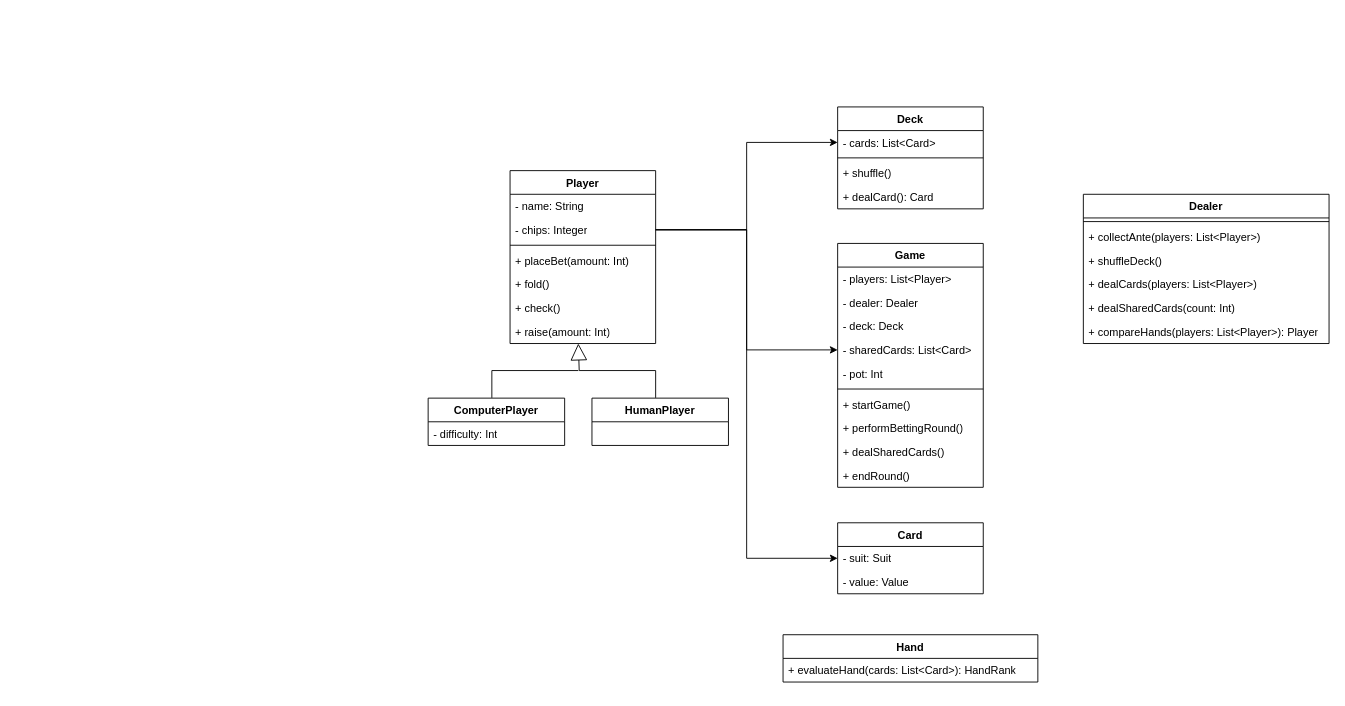
Before: Texas.drawio in LarryChenCode/IS7020_diagrams, a draw.io diagram. Source tidied: cells renumbered, new cells numbered last; positions are measured from the earlier drawing's top-left corner, leaving out a move shared by most shapes. Both pictures are drawn from the tidied source at 91%, with x=0, y=0 at pixel (428, 106).
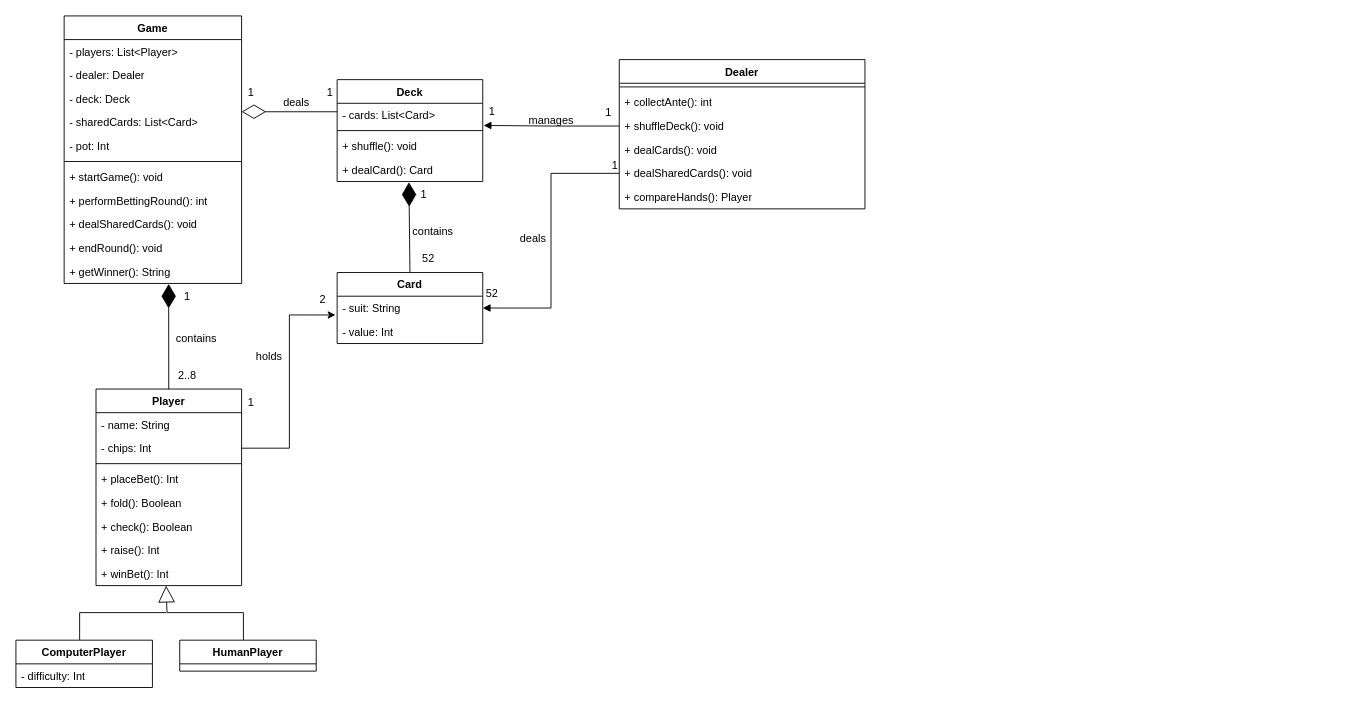
The same page after the edit.

The change refers to these unchanged cells:
```xml
<mxCell id="11" value="- cards: List&amp;lt;Card&amp;gt;" style="text;strokeColor=none;fillColor=none;align=left;verticalAlign=top;spacingLeft=4;spacingRight=4;overflow=hidden;points=[[0,0.5],[1,0.5]];portConstraint=eastwest;whiteSpace=wrap;html=1;" parent="10" vertex="1">
  <mxGeometry y="26" width="160" height="26" as="geometry" />
</mxCell>
<mxCell id="14" value="+ dealCard(): Card" style="text;strokeColor=none;fillColor=none;align=left;verticalAlign=top;spacingLeft=4;spacingRight=4;overflow=hidden;points=[[0,0.5],[1,0.5]];portConstraint=eastwest;whiteSpace=wrap;html=1;" parent="10" vertex="1">
  <mxGeometry y="86" width="160" height="26" as="geometry" />
</mxCell>
```

Change to the diagram source:
```diff
@@
     <mxCell id="2" value="Player" style="swimlane;fontStyle=1;align=center;verticalAlign=top;horizontal=1;startSize=26;whiteSpace=wrap;html=1;" parent="1" vertex="1">
-      <mxGeometry x="90" y="70" width="160" height="190" as="geometry" />
+      <mxGeometry x="-365" y="310" width="160" height="216" as="geometry" />
     </mxCell>
@@
-    <mxCell id="4" value="- chips: Integer" style="text;strokeColor=none;fillColor=none;align=left;verticalAlign=top;spacingLeft=4;spacingRight=4;overflow=hidden;points=[[0,0.5],[1,0.5]];portConstraint=eastwest;whiteSpace=wrap;html=1;" parent="2" vertex="1">
+    <mxCell id="4" value="- chips: Int" style="text;strokeColor=none;fillColor=none;align=left;verticalAlign=top;spacingLeft=4;spacingRight=4;overflow=hidden;points=[[0,0.5],[1,0.5]];portConstraint=eastwest;whiteSpace=wrap;html=1;" parent="2" vertex="1">
       <mxGeometry y="52" width="160" height="26" as="geometry" />
     </mxCell>
@@
-    <mxCell id="6" value="+ placeBet(amount: Int)" style="text;strokeColor=none;fillColor=none;align=left;verticalAlign=top;spacingLeft=4;spacingRight=4;overflow=hidden;whiteSpace=wrap;html=1;" parent="2" vertex="1">
+    <mxCell id="6" value="+ placeBet(): Int" style="text;strokeColor=none;fillColor=none;align=left;verticalAlign=top;spacingLeft=4;spacingRight=4;overflow=hidden;whiteSpace=wrap;html=1;" parent="2" vertex="1">
       <mxGeometry y="86" width="160" height="26" as="geometry" />
     </mxCell>
-    <mxCell id="7" value="+ fold()" style="text;strokeColor=none;fillColor=none;align=left;verticalAlign=top;spacingLeft=4;spacingRight=4;overflow=hidden;whiteSpace=wrap;html=1;" parent="2" vertex="1">
+    <mxCell id="7" value="+ fold(): Boolean" style="text;strokeColor=none;fillColor=none;align=left;verticalAlign=top;spacingLeft=4;spacingRight=4;overflow=hidden;whiteSpace=wrap;html=1;" parent="2" vertex="1">
       <mxGeometry y="112" width="160" height="26" as="geometry" />
     </mxCell>
-    <mxCell id="8" value="+ check()" style="text;strokeColor=none;fillColor=none;align=left;verticalAlign=top;spacingLeft=4;spacingRight=4;overflow=hidden;whiteSpace=wrap;html=1;" parent="2" vertex="1">
+    <mxCell id="8" value="+ check(): Boolean" style="text;strokeColor=none;fillColor=none;align=left;verticalAlign=top;spacingLeft=4;spacingRight=4;overflow=hidden;whiteSpace=wrap;html=1;" parent="2" vertex="1">
       <mxGeometry y="138" width="160" height="26" as="geometry" />
     </mxCell>
-    <mxCell id="9" value="+ raise(amount: Int)" style="text;strokeColor=none;fillColor=none;align=left;verticalAlign=top;spacingLeft=4;spacingRight=4;overflow=hidden;whiteSpace=wrap;html=1;" parent="2" vertex="1">
+    <mxCell id="9" value="+ raise(): Int" style="text;strokeColor=none;fillColor=none;align=left;verticalAlign=top;spacingLeft=4;spacingRight=4;overflow=hidden;whiteSpace=wrap;html=1;" parent="2" vertex="1">
       <mxGeometry y="164" width="160" height="26" as="geometry" />
     </mxCell>
+    <mxCell id="46" value="+ winBet(): Int" style="text;strokeColor=none;fillColor=none;align=left;verticalAlign=top;spacingLeft=4;spacingRight=4;overflow=hidden;whiteSpace=wrap;html=1;" parent="2" vertex="1">
+      <mxGeometry y="190" width="160" height="26" as="geometry" />
+    </mxCell>
     <mxCell id="10" value="Deck" style="swimlane;fontStyle=1;align=center;verticalAlign=top;horizontal=1;startSize=26;whiteSpace=wrap;html=1;" parent="1" vertex="1">
-      <mxGeometry x="450" width="160" height="112" as="geometry" />
+      <mxGeometry x="-100" y="-30" width="160" height="112" as="geometry" />
     </mxCell>
@@
-    <mxCell id="13" value="+ shuffle()" style="text;strokeColor=none;fillColor=none;align=left;verticalAlign=top;spacingLeft=4;spacingRight=4;overflow=hidden;whiteSpace=wrap;html=1;" parent="10" vertex="1">
+    <mxCell id="13" value="+ shuffle(): void" style="text;strokeColor=none;fillColor=none;align=left;verticalAlign=top;spacingLeft=4;spacingRight=4;overflow=hidden;whiteSpace=wrap;html=1;" parent="10" vertex="1">
       <mxGeometry y="60" width="160" height="26" as="geometry" />
     </mxCell>
@@
     <mxCell id="15" value="Card" style="swimlane;fontStyle=1;align=center;verticalAlign=top;horizontal=1;startSize=26;whiteSpace=wrap;html=1;" parent="1" vertex="1">
-      <mxGeometry x="450" y="457" width="160" height="78" as="geometry" />
+      <mxGeometry x="-100" y="182" width="160" height="78" as="geometry" />
     </mxCell>
-    <mxCell id="16" value="- suit: Suit" style="text;strokeColor=none;fillColor=none;align=left;verticalAlign=top;spacingLeft=4;spacingRight=4;overflow=hidden;points=[[0,0.5],[1,0.5]];portConstraint=eastwest;whiteSpace=wrap;html=1;" parent="15" vertex="1">
+    <mxCell id="16" value="- suit: String" style="text;strokeColor=none;fillColor=none;align=left;verticalAlign=top;spacingLeft=4;spacingRight=4;overflow=hidden;points=[[0,0.5],[1,0.5]];portConstraint=eastwest;whiteSpace=wrap;html=1;" parent="15" vertex="1">
       <mxGeometry y="26" width="160" height="26" as="geometry" />
     </mxCell>
-    <mxCell id="17" value="- value: Value" style="text;strokeColor=none;fillColor=none;align=left;verticalAlign=top;spacingLeft=4;spacingRight=4;overflow=hidden;points=[[0,0.5],[1,0.5]];portConstraint=eastwest;whiteSpace=wrap;html=1;" parent="15" vertex="1">
+    <mxCell id="17" value="- value: Int" style="text;strokeColor=none;fillColor=none;align=left;verticalAlign=top;spacingLeft=4;spacingRight=4;overflow=hidden;points=[[0,0.5],[1,0.5]];portConstraint=eastwest;whiteSpace=wrap;html=1;" parent="15" vertex="1">
       <mxGeometry y="52" width="160" height="26" as="geometry" />
     </mxCell>
     <mxCell id="18" value="Game" style="swimlane;fontStyle=1;align=center;verticalAlign=top;horizontal=1;startSize=26;whiteSpace=wrap;html=1;" parent="1" vertex="1">
-      <mxGeometry x="450" y="150" width="160" height="268" as="geometry" />
+      <mxGeometry x="-400" y="-100" width="195" height="294" as="geometry" />
     </mxCell>
     <mxCell id="19" value="- players: List&amp;lt;Player&amp;gt;" style="text;strokeColor=none;fillColor=none;align=left;verticalAlign=top;spacingLeft=4;spacingRight=4;overflow=hidden;whiteSpace=wrap;html=1;" parent="18" vertex="1">
-      <mxGeometry y="26" width="160" height="26" as="geometry" />
+      <mxGeometry y="26" width="195" height="26" as="geometry" />
     </mxCell>
     <mxCell id="20" value="- dealer: Dealer" style="text;strokeColor=none;fillColor=none;align=left;verticalAlign=top;spacingLeft=4;spacingRight=4;overflow=hidden;whiteSpace=wrap;html=1;" parent="18" vertex="1">
-      <mxGeometry y="52" width="160" height="26" as="geometry" />
+      <mxGeometry y="52" width="195" height="26" as="geometry" />
     </mxCell>
     <mxCell id="21" value="- deck: Deck" style="text;strokeColor=none;fillColor=none;align=left;verticalAlign=top;spacingLeft=4;spacingRight=4;overflow=hidden;whiteSpace=wrap;html=1;" parent="18" vertex="1">
-      <mxGeometry y="78" width="160" height="26" as="geometry" />
+      <mxGeometry y="78" width="195" height="26" as="geometry" />
     </mxCell>
     <mxCell id="22" value="- sharedCards: List&amp;lt;Card&amp;gt;" style="text;strokeColor=none;fillColor=none;align=left;verticalAlign=top;spacingLeft=4;spacingRight=4;overflow=hidden;points=[[0,0.5],[1,0.5]];portConstraint=eastwest;whiteSpace=wrap;html=1;" parent="18" vertex="1">
-      <mxGeometry y="104" width="160" height="26" as="geometry" />
+      <mxGeometry y="104" width="195" height="26" as="geometry" />
     </mxCell>
     <mxCell id="23" value="- pot: Int" style="text;strokeColor=none;fillColor=none;align=left;verticalAlign=top;spacingLeft=4;spacingRight=4;overflow=hidden;whiteSpace=wrap;html=1;" parent="18" vertex="1">
-      <mxGeometry y="130" width="160" height="26" as="geometry" />
+      <mxGeometry y="130" width="195" height="26" as="geometry" />
     </mxCell>
     <mxCell id="24" style="line;strokeWidth=1;fillColor=none;align=left;verticalAlign=middle;spacingTop=-1;spacingLeft=3;spacingRight=3;labelPosition=right;strokeColor=inherit;" parent="18" vertex="1">
-      <mxGeometry y="156" width="160" height="8" as="geometry" />
+      <mxGeometry y="156" width="195" height="8" as="geometry" />
     </mxCell>
-    <mxCell id="25" value="+ startGame()" style="text;strokeColor=none;fillColor=none;align=left;verticalAlign=top;spacingLeft=4;spacingRight=4;overflow=hidden;whiteSpace=wrap;html=1;" parent="18" vertex="1">
-      <mxGeometry y="164" width="160" height="26" as="geometry" />
+    <mxCell id="25" value="+ startGame(): void" style="text;strokeColor=none;fillColor=none;align=left;verticalAlign=top;spacingLeft=4;spacingRight=4;overflow=hidden;whiteSpace=wrap;html=1;" parent="18" vertex="1">
+      <mxGeometry y="164" width="195" height="26" as="geometry" />
     </mxCell>
-    <mxCell id="26" value="+ performBettingRound()" style="text;strokeColor=none;fillColor=none;align=left;verticalAlign=top;spacingLeft=4;spacingRight=4;overflow=hidden;whiteSpace=wrap;html=1;" parent="18" vertex="1">
-      <mxGeometry y="190" width="160" height="26" as="geometry" />
+    <mxCell id="26" value="+ performBettingRound(): int" style="text;strokeColor=none;fillColor=none;align=left;verticalAlign=top;spacingLeft=4;spacingRight=4;overflow=hidden;whiteSpace=wrap;html=1;" parent="18" vertex="1">
+      <mxGeometry y="190" width="195" height="26" as="geometry" />
     </mxCell>
-    <mxCell id="27" value="+ dealSharedCards()" style="text;strokeColor=none;fillColor=none;align=left;verticalAlign=top;spacingLeft=4;spacingRight=4;overflow=hidden;whiteSpace=wrap;html=1;" parent="18" vertex="1">
-      <mxGeometry y="216" width="160" height="26" as="geometry" />
+    <mxCell id="27" value="+ dealSharedCards(): void" style="text;strokeColor=none;fillColor=none;align=left;verticalAlign=top;spacingLeft=4;spacingRight=4;overflow=hidden;whiteSpace=wrap;html=1;" parent="18" vertex="1">
+      <mxGeometry y="216" width="195" height="26" as="geometry" />
     </mxCell>
-    <mxCell id="28" value="+ endRound()" style="text;strokeColor=none;fillColor=none;align=left;verticalAlign=top;spacingLeft=4;spacingRight=4;overflow=hidden;whiteSpace=wrap;html=1;" parent="18" vertex="1">
-      <mxGeometry y="242" width="160" height="26" as="geometry" />
+    <mxCell id="28" value="+ endRound(): void" style="text;strokeColor=none;fillColor=none;align=left;verticalAlign=top;spacingLeft=4;spacingRight=4;overflow=hidden;whiteSpace=wrap;html=1;" parent="18" vertex="1">
+      <mxGeometry y="242" width="195" height="26" as="geometry" />
     </mxCell>
-    <mxCell id="29" value="Hand" style="swimlane;fontStyle=1;align=center;verticalAlign=top;horizontal=1;startSize=26;whiteSpace=wrap;html=1;" parent="1" vertex="1">
-      <mxGeometry x="390" y="580" width="280" height="52" as="geometry" />
-    </mxCell>
-    <mxCell id="30" value="+ evaluateHand(cards: List&amp;lt;Card&amp;gt;): HandRank" style="text;strokeColor=none;fillColor=none;align=left;verticalAlign=top;spacingLeft=4;spacingRight=4;overflow=hidden;whiteSpace=wrap;html=1;" parent="29" vertex="1">
-      <mxGeometry y="26" width="280" height="26" as="geometry" />
-    </mxCell>
+    <mxCell id="47" value="+ getWinner(): String" style="text;strokeColor=none;fillColor=none;align=left;verticalAlign=top;spacingLeft=4;spacingRight=4;overflow=hidden;points=[[0,0.5],[1,0.5]];portConstraint=eastwest;whiteSpace=wrap;html=1;" parent="18" vertex="1">
+      <mxGeometry y="268" width="195" height="26" as="geometry" />
+    </mxCell>
     <mxCell id="31" value="ComputerPlayer" style="swimlane;fontStyle=1;align=center;verticalAlign=top;horizontal=1;startSize=26;whiteSpace=wrap;html=1;" parent="1" vertex="1">
-      <mxGeometry y="320" width="150" height="52" as="geometry" />
+      <mxGeometry x="-453" y="586" width="150" height="52" as="geometry" />
     </mxCell>
@@
     <mxCell id="33" value="HumanPlayer" style="swimlane;fontStyle=1;align=center;verticalAlign=top;horizontal=1;startSize=26;whiteSpace=wrap;html=1;" parent="1" vertex="1">
-      <mxGeometry x="180" y="320" width="150" height="52" as="geometry" />
+      <mxGeometry x="-273" y="586" width="150" height="34" as="geometry" />
     </mxCell>
     <mxCell id="34" value="Dealer" style="swimlane;fontStyle=1;align=center;verticalAlign=top;horizontal=1;startSize=26;whiteSpace=wrap;html=1;" parent="1" vertex="1">
-      <mxGeometry x="720" y="96" width="270" height="164" as="geometry" />
+      <mxGeometry x="210" y="-52" width="270" height="164" as="geometry" />
     </mxCell>
@@
-    <mxCell id="36" value="+ collectAnte(players: List&amp;lt;Player&amp;gt;)" style="text;strokeColor=none;fillColor=none;align=left;verticalAlign=top;spacingLeft=4;spacingRight=4;overflow=hidden;whiteSpace=wrap;html=1;" parent="34" vertex="1">
+    <mxCell id="36" value="+ collectAnte(): int" style="text;strokeColor=none;fillColor=none;align=left;verticalAlign=top;spacingLeft=4;spacingRight=4;overflow=hidden;whiteSpace=wrap;html=1;" parent="34" vertex="1">
       <mxGeometry y="34" width="270" height="26" as="geometry" />
     </mxCell>
-    <mxCell id="37" value="+ shuffleDeck()" style="text;strokeColor=none;fillColor=none;align=left;verticalAlign=top;spacingLeft=4;spacingRight=4;overflow=hidden;points=[[0,0.5],[1,0.5]];portConstraint=eastwest;whiteSpace=wrap;html=1;" parent="34" vertex="1">
+    <mxCell id="37" value="+ shuffleDeck(): void" style="text;strokeColor=none;fillColor=none;align=left;verticalAlign=top;spacingLeft=4;spacingRight=4;overflow=hidden;points=[[0,0.5],[1,0.5]];portConstraint=eastwest;whiteSpace=wrap;html=1;" parent="34" vertex="1">
       <mxGeometry y="60" width="270" height="26" as="geometry" />
     </mxCell>
-    <mxCell id="38" value="+ dealCards(players: List&amp;lt;Player&amp;gt;)" style="text;strokeColor=none;fillColor=none;align=left;verticalAlign=top;spacingLeft=4;spacingRight=4;overflow=hidden;whiteSpace=wrap;html=1;" parent="34" vertex="1">
+    <mxCell id="38" value="+ dealCards(): void" style="text;strokeColor=none;fillColor=none;align=left;verticalAlign=top;spacingLeft=4;spacingRight=4;overflow=hidden;whiteSpace=wrap;html=1;" parent="34" vertex="1">
       <mxGeometry y="86" width="270" height="26" as="geometry" />
     </mxCell>
-    <mxCell id="39" value="+ dealSharedCards(count: Int)" style="text;strokeColor=none;fillColor=none;align=left;verticalAlign=top;spacingLeft=4;spacingRight=4;overflow=hidden;points=[[0,0.5],[1,0.5]];portConstraint=eastwest;whiteSpace=wrap;html=1;" parent="34" vertex="1">
+    <mxCell id="39" value="+ dealSharedCards(): void" style="text;strokeColor=none;fillColor=none;align=left;verticalAlign=top;spacingLeft=4;spacingRight=4;overflow=hidden;points=[[0,0.5],[1,0.5]];portConstraint=eastwest;whiteSpace=wrap;html=1;" parent="34" vertex="1">
       <mxGeometry y="112" width="270" height="26" as="geometry" />
     </mxCell>
-    <mxCell id="40" value="+ compareHands(players: List&amp;lt;Player&amp;gt;): Player" style="text;strokeColor=none;fillColor=none;align=left;verticalAlign=top;spacingLeft=4;spacingRight=4;overflow=hidden;whiteSpace=wrap;html=1;" parent="34" vertex="1">
+    <mxCell id="40" value="+ compareHands(): Player" style="text;strokeColor=none;fillColor=none;align=left;verticalAlign=top;spacingLeft=4;spacingRight=4;overflow=hidden;whiteSpace=wrap;html=1;" parent="34" vertex="1">
       <mxGeometry y="138" width="270" height="26" as="geometry" />
     </mxCell>
     <mxCell id="41" style="endArrow=block;endSize=16;endFill=0;html=1;rounded=0;entryX=0.5;entryY=1.128;entryDx=0;entryDy=0;entryPerimeter=0;exitX=0.5;exitY=0;exitDx=0;exitDy=0;edgeStyle=orthogonalEdgeStyle;" parent="1" edge="1">
       <mxGeometry relative="1" as="geometry">
-        <mxPoint x="250" y="319.7" as="sourcePoint" />
-        <mxPoint x="165" y="260" as="targetPoint" />
+        <mxPoint x="-203" y="585.7" as="sourcePoint" />
+        <mxPoint x="-288" y="526" as="targetPoint" />
         <Array as="points">
-          <mxPoint x="250" y="289.7" />
-          <mxPoint x="166" y="289.7" />
+          <mxPoint x="-203" y="555.7" />
+          <mxPoint x="-287" y="555.7" />
         </Array>
       </mxGeometry>
     </mxCell>
     <mxCell id="42" style="endArrow=none;html=1;edgeStyle=orthogonalEdgeStyle;rounded=0;exitX=0.5;exitY=0;exitDx=0;exitDy=0;" parent="1" edge="1">
       <mxGeometry relative="1" as="geometry">
-        <mxPoint x="70" y="319.7" as="sourcePoint" />
-        <mxPoint x="165" y="289.7" as="targetPoint" />
+        <mxPoint x="-383" y="585.7" as="sourcePoint" />
+        <mxPoint x="-288" y="555.7" as="targetPoint" />
         <Array as="points">
-          <mxPoint x="70" y="289.7" />
+          <mxPoint x="-383" y="555.7" />
         </Array>
       </mxGeometry>
     </mxCell>
-    <mxCell id="43" style="edgeStyle=orthogonalEdgeStyle;rounded=0;jettySize=auto;html=1;exitX=1;exitY=0.5;exitDx=0;exitDy=0;entryX=0;entryY=0.5;entryDx=0;entryDy=0;" parent="1" edge="1" source="4" target="16">
-      <mxGeometry relative="1" as="geometry" />
-    </mxCell>
-    <mxCell id="44" style="edgeStyle=orthogonalEdgeStyle;rounded=0;jettySize=auto;html=1;exitX=1;exitY=0.5;exitDx=0;exitDy=0;entryX=0;entryY=0.5;entryDx=0;entryDy=0;" parent="1" edge="1" source="4" target="22">
-      <mxGeometry relative="1" as="geometry" />
-    </mxCell>
-    <mxCell id="45" style="edgeStyle=orthogonalEdgeStyle;rounded=0;jettySize=auto;html=1;exitX=1;exitY=0.5;exitDx=0;exitDy=0;" parent="1" edge="1" source="4" target="11">
-      <mxGeometry relative="1" as="geometry" />
-    </mxCell>
+    <mxCell id="48" style="endArrow=diamondThin;endFill=1;endSize=24;html=1;rounded=0;exitX=0.5;exitY=0;exitDx=0;exitDy=0;entryX=0.493;entryY=1.029;entryDx=0;entryDy=0;entryPerimeter=0;" parent="1" edge="1" source="15" target="14">
+      <mxGeometry relative="1" as="geometry" />
+    </mxCell>
+    <mxCell id="49" value="52" style="text;html=1;align=center;verticalAlign=middle;strokeColor=none;fillColor=none;" parent="1" vertex="1">
+      <mxGeometry x="-20" y="152" width="40" height="30" as="geometry" />
+    </mxCell>
+    <mxCell id="50" value="1" style="text;html=1;align=center;verticalAlign=middle;strokeColor=none;fillColor=none;" parent="1" vertex="1">
+      <mxGeometry x="-20" y="82" width="30" height="30" as="geometry" />
+    </mxCell>
+    <mxCell id="51" value="contains" style="text;html=1;align=center;verticalAlign=middle;strokeColor=none;fillColor=none;" parent="1" vertex="1">
+      <mxGeometry x="-30" y="122" width="70" height="30" as="geometry" />
+    </mxCell>
+    <mxCell id="52" value="manages" style="text;html=1;align=center;verticalAlign=middle;strokeColor=none;fillColor=none;" parent="1" vertex="1">
+      <mxGeometry x="100" width="70" height="30" as="geometry" />
+    </mxCell>
+    <mxCell id="53" style="endArrow=block;endFill=1;html=1;edgeStyle=orthogonalEdgeStyle;align=left;verticalAlign=top;rounded=0;exitX=0;exitY=0.5;exitDx=0;exitDy=0;entryX=1.006;entryY=0.936;entryDx=0;entryDy=0;entryPerimeter=0;" parent="1" edge="1" source="37" target="11">
+      <mxGeometry x="-1" relative="1" as="geometry" />
+    </mxCell>
+    <mxCell id="54" value="1" style="text;html=1;align=center;verticalAlign=middle;strokeColor=none;fillColor=none;" parent="1" vertex="1">
+      <mxGeometry x="183" y="-8" width="30" height="30" as="geometry" />
+    </mxCell>
+    <mxCell id="55" value="1" style="text;html=1;align=center;verticalAlign=middle;strokeColor=none;fillColor=none;" parent="1" vertex="1">
+      <mxGeometry x="55" y="-10" width="30" height="30" as="geometry" />
+    </mxCell>
+    <mxCell id="56" style="endArrow=block;endFill=1;html=1;edgeStyle=orthogonalEdgeStyle;align=left;verticalAlign=top;rounded=0;exitX=0;exitY=0.5;exitDx=0;exitDy=0;entryX=1;entryY=0.5;entryDx=0;entryDy=0;" parent="1" edge="1" source="39" target="16">
+      <mxGeometry x="-1" relative="1" as="geometry" />
+    </mxCell>
+    <mxCell id="57" value="deals" style="text;html=1;align=center;verticalAlign=middle;strokeColor=none;fillColor=none;" parent="1" vertex="1">
+      <mxGeometry x="90" y="130" width="50" height="30" as="geometry" />
+    </mxCell>
+    <mxCell id="58" value="1" style="text;html=1;align=center;verticalAlign=middle;strokeColor=none;fillColor=none;" parent="1" vertex="1">
+      <mxGeometry x="190" y="50" width="30" height="30" as="geometry" />
+    </mxCell>
+    <mxCell id="59" value="52" style="text;html=1;align=center;verticalAlign=middle;strokeColor=none;fillColor=none;" parent="1" vertex="1">
+      <mxGeometry x="50" y="190" width="40" height="30" as="geometry" />
+    </mxCell>
+    <mxCell id="60" style="endArrow=diamondThin;endFill=1;endSize=24;html=1;rounded=0;entryX=0.589;entryY=1.019;entryDx=0;entryDy=0;entryPerimeter=0;" parent="1" edge="1" source="2" target="47">
+      <mxGeometry relative="1" as="geometry" />
+    </mxCell>
+    <mxCell id="61" value="contains" style="text;html=1;align=center;verticalAlign=middle;strokeColor=none;fillColor=none;" parent="1" vertex="1">
+      <mxGeometry x="-290" y="240" width="70" height="30" as="geometry" />
+    </mxCell>
+    <mxCell id="62" value="2..8" style="text;html=1;align=center;verticalAlign=middle;strokeColor=none;fillColor=none;" parent="1" vertex="1">
+      <mxGeometry x="-285" y="280" width="40" height="30" as="geometry" />
+    </mxCell>
+    <mxCell id="63" value="1" style="text;html=1;align=center;verticalAlign=middle;strokeColor=none;fillColor=none;" parent="1" vertex="1">
+      <mxGeometry x="-280" y="194" width="30" height="30" as="geometry" />
+    </mxCell>
+    <mxCell id="64" style="endArrow=diamondThin;endFill=0;endSize=24;html=1;rounded=0;exitX=0;exitY=0.359;exitDx=0;exitDy=0;entryX=0.998;entryY=0.218;entryDx=0;entryDy=0;entryPerimeter=0;exitPerimeter=0;" parent="1" edge="1" source="11">
+      <mxGeometry relative="1" as="geometry">
+        <mxPoint x="-205" y="5.3" as="targetPoint" />
+      </mxGeometry>
+    </mxCell>
+    <mxCell id="65" value="deals" style="text;html=1;align=center;verticalAlign=middle;strokeColor=none;fillColor=none;" parent="1" vertex="1">
+      <mxGeometry x="-170" y="-20" width="50" height="30" as="geometry" />
+    </mxCell>
+    <mxCell id="66" value="1" style="text;html=1;align=center;verticalAlign=middle;strokeColor=none;fillColor=none;" parent="1" vertex="1">
+      <mxGeometry x="-210" y="-30" width="30" height="30" as="geometry" />
+    </mxCell>
+    <mxCell id="67" value="1" style="text;html=1;align=center;verticalAlign=middle;strokeColor=none;fillColor=none;" parent="1" vertex="1">
+      <mxGeometry x="-123" y="-30" width="30" height="30" as="geometry" />
+    </mxCell>
+    <mxCell id="68" style="edgeStyle=orthogonalEdgeStyle;rounded=0;jettySize=auto;html=1;exitX=1;exitY=0.5;exitDx=0;exitDy=0;entryX=-0.012;entryY=-0.207;entryDx=0;entryDy=0;entryPerimeter=0;" parent="1" edge="1" source="4" target="17">
+      <mxGeometry relative="1" as="geometry" />
+    </mxCell>
+    <mxCell id="69" value="1" style="text;html=1;align=center;verticalAlign=middle;strokeColor=none;fillColor=none;" parent="1" vertex="1">
+      <mxGeometry x="-210" y="310" width="30" height="30" as="geometry" />
+    </mxCell>
+    <mxCell id="70" value="2" style="text;html=1;align=center;verticalAlign=middle;strokeColor=none;fillColor=none;" parent="1" vertex="1">
+      <mxGeometry x="-131" y="197" width="30" height="30" as="geometry" />
+    </mxCell>
+    <mxCell id="71" value="holds" style="text;html=1;align=center;verticalAlign=middle;strokeColor=none;fillColor=none;" parent="1" vertex="1">
+      <mxGeometry x="-200" y="260" width="50" height="30" as="geometry" />
+    </mxCell>
```
